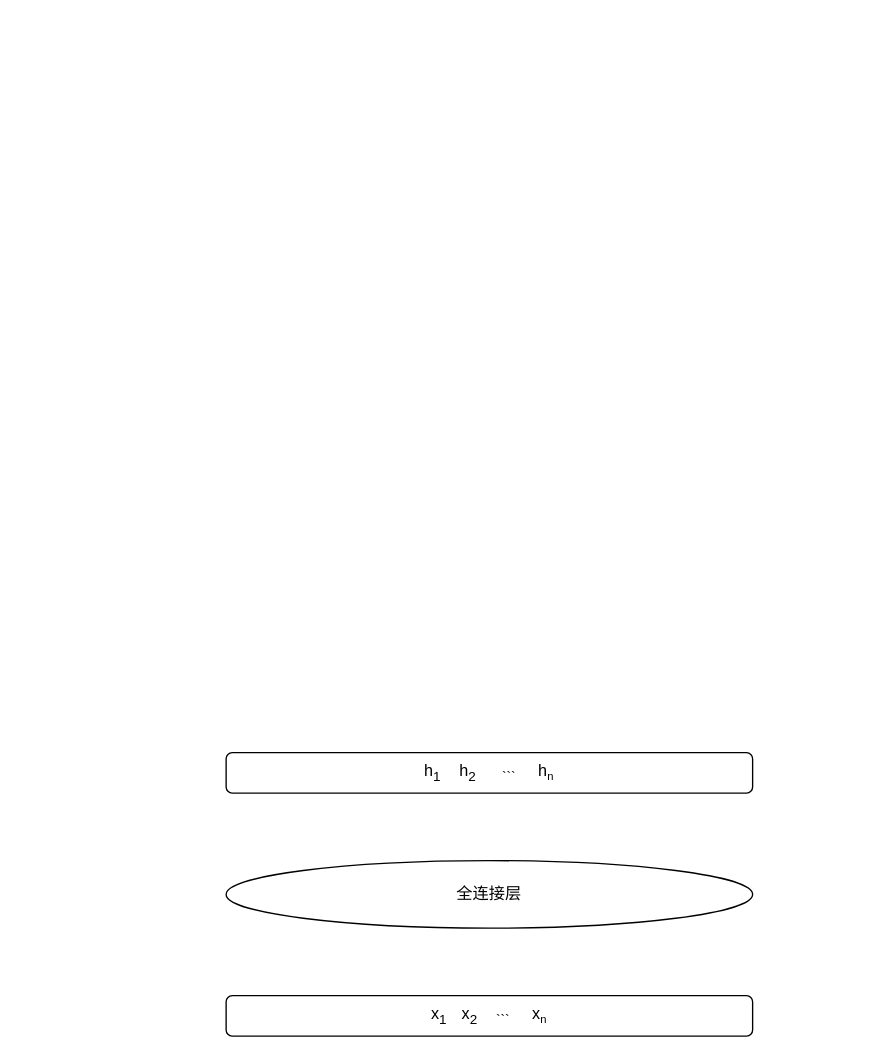
LiZhYun/LZhYun keeps this draw.io diagram as wutong.drawio. Above is the earlier version. Source tidied: cells renumbered, new cells numbered last; positions are measured from the earlier drawing's top-left corner, leaving out a move shared by most shapes. Both pictures are drawn from the tidied source at 135%, with x=0, y=0 at pixel (225, 752). Pictures stored in the file or linked from it are replaced by grey dashed boxes.
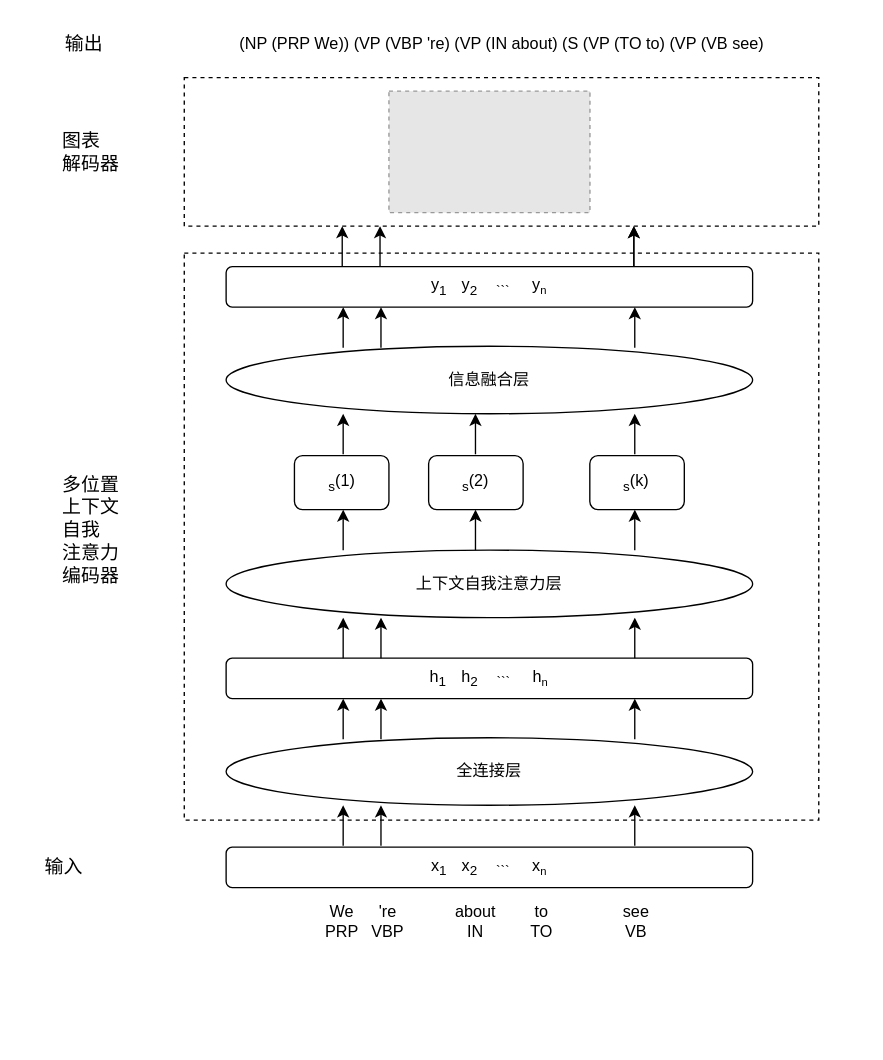
After the change.

What changed in the source:
````diff
@@
+    <mxCell id="5" style="rounded=0;whiteSpace=wrap;html=1;fillColor=none;dashed=1;" parent="1" vertex="1">
+      <mxGeometry x="-31" y="-370" width="470" height="420" as="geometry" />
+    </mxCell>
     <mxCell id="2" value="x&lt;sub&gt;1&amp;nbsp; &amp;nbsp;&lt;span style=&quot;white-space: pre&quot;&gt; &lt;/span&gt;&lt;/sub&gt;x&lt;sub&gt;2&amp;nbsp;&amp;nbsp;&lt;span style=&quot;white-space: pre&quot;&gt; &lt;/span&gt;&lt;span style=&quot;white-space: pre&quot;&gt; &lt;span style=&quot;white-space: pre&quot;&gt; &lt;/span&gt;&lt;/span&gt;```&lt;span&gt; &lt;span style=&quot;white-space: pre&quot;&gt; &lt;/span&gt;&lt;span style=&quot;white-space: pre&quot;&gt; &lt;/span&gt;&lt;span style=&quot;white-space: pre&quot;&gt; &lt;/span&gt;&lt;span style=&quot;white-space: pre&quot;&gt; &lt;/span&gt;&lt;/span&gt;&lt;span&gt; &lt;/span&gt;&lt;span&gt; &lt;/span&gt;&lt;span&gt; &lt;/span&gt;&lt;/sub&gt;x&lt;span style=&quot;font-size: 10px&quot;&gt;&lt;sub&gt;n&lt;/sub&gt;&lt;/span&gt;" style="rounded=1;whiteSpace=wrap;html=1;fontSize=12;glass=0;strokeWidth=1;shadow=0;" parent="1" vertex="1">
-      <mxGeometry y="180" width="390" height="30" as="geometry" />
+      <mxGeometry y="70" width="390" height="30" as="geometry" />
     </mxCell>
     <mxCell id="3" value="全连接层" style="ellipse;whiteSpace=wrap;html=1;" parent="1" vertex="1">
-      <mxGeometry y="80" width="390" height="50" as="geometry" />
+      <mxGeometry y="-11" width="390" height="50" as="geometry" />
     </mxCell>
-    <mxCell id="4" value="h&lt;sub&gt;1&amp;nbsp; &amp;nbsp;&amp;nbsp;&lt;span style=&quot;white-space: pre&quot;&gt; &lt;/span&gt;&lt;/sub&gt;h&lt;sub&gt;2&amp;nbsp;&amp;nbsp;&lt;span style=&quot;white-space: pre&quot;&gt; &lt;/span&gt;&lt;span style=&quot;white-space: pre&quot;&gt; &lt;/span&gt;&lt;span style=&quot;white-space: pre&quot;&gt; &lt;/span&gt;&lt;span&gt;&amp;nbsp;&lt;/span&gt;&lt;span&gt; &lt;/span&gt;&lt;span&gt; &lt;/span&gt;```&lt;span&gt; &lt;span style=&quot;white-space: pre&quot;&gt; &lt;/span&gt;&lt;span style=&quot;white-space: pre&quot;&gt; &lt;/span&gt;&lt;span style=&quot;white-space: pre&quot;&gt; &lt;/span&gt;&lt;span style=&quot;white-space: pre&quot;&gt; &lt;/span&gt;&lt;/span&gt;&lt;span&gt; &lt;/span&gt;&lt;span&gt; &lt;/span&gt;&lt;span&gt; &lt;/span&gt;&lt;/sub&gt;h&lt;span style=&quot;font-size: 10px&quot;&gt;&lt;sub&gt;n&lt;/sub&gt;&lt;/span&gt;" style="rounded=1;whiteSpace=wrap;html=1;fontSize=12;glass=0;strokeWidth=1;shadow=0;" parent="1" vertex="1">
-      <mxGeometry width="390" height="30" as="geometry" />
+    <mxCell id="4" value="h&lt;sub&gt;1&amp;nbsp; &amp;nbsp;&lt;span style=&quot;white-space: pre&quot;&gt; &lt;/span&gt;&lt;/sub&gt;h&lt;sub&gt;2&amp;nbsp;&amp;nbsp;&lt;span style=&quot;white-space: pre&quot;&gt; &lt;/span&gt;&lt;span style=&quot;white-space: pre&quot;&gt; &lt;span style=&quot;white-space: pre&quot;&gt; &lt;/span&gt;&lt;/span&gt;```&lt;span&gt; &lt;span style=&quot;white-space: pre&quot;&gt; &lt;/span&gt;&lt;span style=&quot;white-space: pre&quot;&gt; &lt;/span&gt;&lt;span style=&quot;white-space: pre&quot;&gt; &lt;/span&gt;&lt;span style=&quot;white-space: pre&quot;&gt; &lt;/span&gt;&lt;/span&gt;&lt;span&gt; &lt;/span&gt;&lt;span&gt; &lt;/span&gt;&lt;span&gt; &lt;/span&gt;&lt;/sub&gt;h&lt;span style=&quot;font-size: 10px&quot;&gt;&lt;sub&gt;n&lt;/sub&gt;&lt;/span&gt;" style="rounded=1;whiteSpace=wrap;html=1;fontSize=12;glass=0;strokeWidth=1;shadow=0;" parent="1" vertex="1">
+      <mxGeometry y="-70" width="390" height="30" as="geometry" />
     </mxCell>
+    <mxCell id="6" value="上下文自我注意力层" style="ellipse;whiteSpace=wrap;html=1;" parent="1" vertex="1">
+      <mxGeometry y="-150" width="390" height="50" as="geometry" />
+    </mxCell>
+    <mxCell id="7" value="&lt;sub&gt;s&lt;/sub&gt;(1)" style="rounded=1;whiteSpace=wrap;html=1;" parent="1" vertex="1">
+      <mxGeometry x="50.6" y="-220" width="70" height="40" as="geometry" />
+    </mxCell>
+    <mxCell id="8" value="&lt;sub&gt;s&lt;/sub&gt;(2)" style="rounded=1;whiteSpace=wrap;html=1;" parent="1" vertex="1">
+      <mxGeometry x="150" y="-220" width="70" height="40" as="geometry" />
+    </mxCell>
+    <mxCell id="9" value="&lt;sub&gt;s&lt;/sub&gt;(k)" style="rounded=1;whiteSpace=wrap;html=1;" parent="1" vertex="1">
+      <mxGeometry x="269.4" y="-220" width="70" height="40" as="geometry" />
+    </mxCell>
+    <mxCell id="10" value="信息融合层" style="ellipse;whiteSpace=wrap;html=1;" parent="1" vertex="1">
+      <mxGeometry y="-301" width="390" height="50" as="geometry" />
+    </mxCell>
+    <mxCell id="11" value="y&lt;sub&gt;1&amp;nbsp; &amp;nbsp;&lt;span style=&quot;white-space: pre&quot;&gt; &lt;/span&gt;&lt;/sub&gt;y&lt;sub&gt;2&amp;nbsp;&amp;nbsp;&lt;span style=&quot;white-space: pre&quot;&gt; &lt;/span&gt;&lt;span style=&quot;white-space: pre&quot;&gt; &lt;span style=&quot;white-space: pre&quot;&gt; &lt;/span&gt;&lt;/span&gt;```&lt;span&gt; &lt;span style=&quot;white-space: pre&quot;&gt; &lt;/span&gt;&lt;span style=&quot;white-space: pre&quot;&gt; &lt;/span&gt;&lt;span style=&quot;white-space: pre&quot;&gt; &lt;/span&gt;&lt;span style=&quot;white-space: pre&quot;&gt; &lt;/span&gt;&lt;/span&gt;&lt;span&gt; &lt;/span&gt;&lt;span&gt; &lt;/span&gt;&lt;span&gt; &lt;/span&gt;&lt;/sub&gt;y&lt;span style=&quot;font-size: 10px&quot;&gt;&lt;sub&gt;n&lt;/sub&gt;&lt;/span&gt;" style="rounded=1;whiteSpace=wrap;html=1;fontSize=12;glass=0;strokeWidth=1;shadow=0;" parent="1" vertex="1">
+      <mxGeometry y="-360" width="390" height="30" as="geometry" />
+    </mxCell>
+    <mxCell id="12" style="fillColor=#E6E6E6;strokeColor=#999999;dashed=1;verticalLabelPosition=bottom;labelBackgroundColor=default;verticalAlign=top;" parent="1" vertex="1">
+      <mxGeometry x="120.6" y="-490" width="148.9" height="90" as="geometry" />
+    </mxCell>
+    <mxCell id="13" style="endArrow=classic;html=1;rounded=0;" parent="1" edge="1">
+      <mxGeometry relative="1" as="geometry">
+        <mxPoint x="86" y="-360" as="sourcePoint" />
+        <mxPoint x="86" y="-390" as="targetPoint" />
+      </mxGeometry>
+    </mxCell>
+    <mxCell id="14" style="endArrow=classic;html=1;rounded=0;" parent="1" edge="1">
+      <mxGeometry relative="1" as="geometry">
+        <mxPoint x="114" y="-360" as="sourcePoint" />
+        <mxPoint x="114" y="-390" as="targetPoint" />
+      </mxGeometry>
+    </mxCell>
+    <mxCell id="15" style="endArrow=classic;html=1;rounded=0;" parent="1" edge="1">
+      <mxGeometry relative="1" as="geometry">
+        <mxPoint x="302" y="-360" as="sourcePoint" />
+        <mxPoint x="302" y="-390" as="targetPoint" />
+      </mxGeometry>
+    </mxCell>
+    <mxCell id="16" style="endArrow=classic;html=1;rounded=0;" parent="1" edge="1">
+      <mxGeometry relative="1" as="geometry">
+        <mxPoint x="302" y="-360" as="sourcePoint" />
+        <mxPoint x="302" y="-390" as="targetPoint" />
+      </mxGeometry>
+    </mxCell>
+    <mxCell id="17" style="endArrow=classic;html=1;rounded=0;" parent="1" edge="1">
+      <mxGeometry relative="1" as="geometry">
+        <mxPoint x="86.7" y="-300" as="sourcePoint" />
+        <mxPoint x="86.7" y="-330" as="targetPoint" />
+      </mxGeometry>
+    </mxCell>
+    <mxCell id="18" style="endArrow=classic;html=1;rounded=0;" parent="1" edge="1">
+      <mxGeometry relative="1" as="geometry">
+        <mxPoint x="114.7" y="-300" as="sourcePoint" />
+        <mxPoint x="114.7" y="-330" as="targetPoint" />
+      </mxGeometry>
+    </mxCell>
+    <mxCell id="19" style="endArrow=classic;html=1;rounded=0;" parent="1" edge="1">
+      <mxGeometry relative="1" as="geometry">
+        <mxPoint x="302.7" y="-300" as="sourcePoint" />
+        <mxPoint x="302.7" y="-330" as="targetPoint" />
+      </mxGeometry>
+    </mxCell>
+    <mxCell id="20" style="endArrow=classic;html=1;rounded=0;" parent="1" edge="1">
+      <mxGeometry relative="1" as="geometry">
+        <mxPoint x="86.7" y="-221" as="sourcePoint" />
+        <mxPoint x="86.7" y="-251" as="targetPoint" />
+      </mxGeometry>
+    </mxCell>
+    <mxCell id="21" style="endArrow=classic;html=1;rounded=0;" parent="1" edge="1">
+      <mxGeometry relative="1" as="geometry">
+        <mxPoint x="184.7" y="-221" as="sourcePoint" />
+        <mxPoint x="184.7" y="-251" as="targetPoint" />
+      </mxGeometry>
+    </mxCell>
+    <mxCell id="22" style="endArrow=classic;html=1;rounded=0;" parent="1" edge="1">
+      <mxGeometry relative="1" as="geometry">
+        <mxPoint x="302.7" y="-221" as="sourcePoint" />
+        <mxPoint x="302.7" y="-251" as="targetPoint" />
+      </mxGeometry>
+    </mxCell>
+    <mxCell id="23" style="endArrow=classic;html=1;rounded=0;" parent="1" edge="1">
+      <mxGeometry relative="1" as="geometry">
+        <mxPoint x="86.7" y="-150" as="sourcePoint" />
+        <mxPoint x="86.7" y="-180" as="targetPoint" />
+      </mxGeometry>
+    </mxCell>
+    <mxCell id="24" style="endArrow=classic;html=1;rounded=0;" parent="1" edge="1">
+      <mxGeometry relative="1" as="geometry">
+        <mxPoint x="184.7" y="-150" as="sourcePoint" />
+        <mxPoint x="184.7" y="-180" as="targetPoint" />
+      </mxGeometry>
+    </mxCell>
+    <mxCell id="25" style="endArrow=classic;html=1;rounded=0;" parent="1" edge="1">
+      <mxGeometry relative="1" as="geometry">
+        <mxPoint x="302.7" y="-150" as="sourcePoint" />
+        <mxPoint x="302.7" y="-180" as="targetPoint" />
+      </mxGeometry>
+    </mxCell>
+    <mxCell id="26" style="endArrow=classic;html=1;rounded=0;" parent="1" edge="1">
+      <mxGeometry relative="1" as="geometry">
+        <mxPoint x="86.7" y="-70" as="sourcePoint" />
+        <mxPoint x="86.7" y="-100" as="targetPoint" />
+      </mxGeometry>
+    </mxCell>
+    <mxCell id="27" style="endArrow=classic;html=1;rounded=0;" parent="1" edge="1">
+      <mxGeometry relative="1" as="geometry">
+        <mxPoint x="114.7" y="-70" as="sourcePoint" />
+        <mxPoint x="114.7" y="-100" as="targetPoint" />
+      </mxGeometry>
+    </mxCell>
+    <mxCell id="28" style="endArrow=classic;html=1;rounded=0;" parent="1" edge="1">
+      <mxGeometry relative="1" as="geometry">
+        <mxPoint x="302.7" y="-70" as="sourcePoint" />
+        <mxPoint x="302.7" y="-100" as="targetPoint" />
+      </mxGeometry>
+    </mxCell>
+    <mxCell id="29" style="endArrow=classic;html=1;rounded=0;" parent="1" edge="1">
+      <mxGeometry relative="1" as="geometry">
+        <mxPoint x="86.7" y="-10" as="sourcePoint" />
+        <mxPoint x="86.7" y="-40" as="targetPoint" />
+      </mxGeometry>
+    </mxCell>
+    <mxCell id="30" style="endArrow=classic;html=1;rounded=0;" parent="1" edge="1">
+      <mxGeometry relative="1" as="geometry">
+        <mxPoint x="114.7" y="-10" as="sourcePoint" />
+        <mxPoint x="114.7" y="-40" as="targetPoint" />
+      </mxGeometry>
+    </mxCell>
+    <mxCell id="31" style="endArrow=classic;html=1;rounded=0;" parent="1" edge="1">
+      <mxGeometry relative="1" as="geometry">
+        <mxPoint x="302.7" y="-10" as="sourcePoint" />
+        <mxPoint x="302.7" y="-40" as="targetPoint" />
+      </mxGeometry>
+    </mxCell>
+    <mxCell id="32" style="endArrow=classic;html=1;rounded=0;" parent="1" edge="1">
+      <mxGeometry relative="1" as="geometry">
+        <mxPoint x="86.7" y="69" as="sourcePoint" />
+        <mxPoint x="86.7" y="39" as="targetPoint" />
+      </mxGeometry>
+    </mxCell>
+    <mxCell id="33" style="endArrow=classic;html=1;rounded=0;" parent="1" edge="1">
+      <mxGeometry relative="1" as="geometry">
+        <mxPoint x="114.7" y="69" as="sourcePoint" />
+        <mxPoint x="114.7" y="39" as="targetPoint" />
+      </mxGeometry>
+    </mxCell>
+    <mxCell id="34" style="endArrow=classic;html=1;rounded=0;" parent="1" edge="1">
+      <mxGeometry relative="1" as="geometry">
+        <mxPoint x="302.7" y="69" as="sourcePoint" />
+        <mxPoint x="302.7" y="39" as="targetPoint" />
+      </mxGeometry>
+    </mxCell>
+    <mxCell id="35" style="rounded=0;whiteSpace=wrap;html=1;fillColor=none;dashed=1;" parent="1" vertex="1">
+      <mxGeometry x="-31" y="-500" width="470" height="110" as="geometry" />
+    </mxCell>
+    <mxCell id="36" value="&lt;div style=&quot;text-align: left&quot;&gt;&lt;span&gt;&lt;font style=&quot;font-size: 14px&quot;&gt;图表&lt;/font&gt;&lt;/span&gt;&lt;/div&gt;&lt;font style=&quot;font-size: 14px&quot;&gt;解码器&lt;/font&gt;" style="text;html=1;strokeColor=none;fillColor=none;align=center;verticalAlign=middle;whiteSpace=wrap;rounded=0;dashed=1;" parent="1" vertex="1">
+      <mxGeometry x="-130" y="-460" width="60" height="30" as="geometry" />
+    </mxCell>
+    <mxCell id="37" value="&lt;div style=&quot;text-align: left&quot;&gt;&lt;span style=&quot;font-size: 14px&quot;&gt;多位置&lt;/span&gt;&lt;/div&gt;&lt;div style=&quot;text-align: left&quot;&gt;&lt;span style=&quot;font-size: 14px&quot;&gt;上下文&lt;/span&gt;&lt;/div&gt;&lt;div style=&quot;text-align: left&quot;&gt;&lt;span style=&quot;font-size: 14px&quot;&gt;自我&lt;/span&gt;&lt;/div&gt;&lt;div style=&quot;text-align: left&quot;&gt;&lt;span style=&quot;font-size: 14px&quot;&gt;注意力&lt;/span&gt;&lt;/div&gt;&lt;div style=&quot;text-align: left&quot;&gt;&lt;span style=&quot;font-size: 14px&quot;&gt;编码器&lt;/span&gt;&lt;/div&gt;" style="text;html=1;strokeColor=none;fillColor=none;align=center;verticalAlign=middle;whiteSpace=wrap;rounded=0;dashed=1;" parent="1" vertex="1">
+      <mxGeometry x="-130" y="-180" width="60" height="30" as="geometry" />
+    </mxCell>
+    <mxCell id="38" value="&lt;div style=&quot;text-align: left&quot;&gt;&lt;span style=&quot;font-size: 14px&quot;&gt;输入&lt;/span&gt;&lt;/div&gt;" style="text;html=1;strokeColor=none;fillColor=none;align=center;verticalAlign=middle;whiteSpace=wrap;rounded=0;dashed=1;" parent="1" vertex="1">
+      <mxGeometry x="-150" y="70" width="60" height="30" as="geometry" />
+    </mxCell>
+    <mxCell id="39" value="&lt;div style=&quot;&quot;&gt;&lt;font style=&quot;font-size: 12px&quot;&gt;We&lt;/font&gt;&lt;/div&gt;&lt;div style=&quot;&quot;&gt;&lt;font style=&quot;font-size: 12px&quot;&gt;PRP&lt;/font&gt;&lt;/div&gt;" style="text;html=1;strokeColor=none;fillColor=none;align=center;verticalAlign=middle;whiteSpace=wrap;rounded=0;dashed=1;" parent="1" vertex="1">
+      <mxGeometry x="55.6" y="110" width="60" height="30" as="geometry" />
+    </mxCell>
+    <mxCell id="40" value="&lt;div style=&quot;&quot;&gt;'re&lt;/div&gt;&lt;div style=&quot;&quot;&gt;VBP&lt;/div&gt;" style="text;html=1;strokeColor=none;fillColor=none;align=center;verticalAlign=middle;whiteSpace=wrap;rounded=0;dashed=1;" parent="1" vertex="1">
+      <mxGeometry x="90" y="110" width="60" height="30" as="geometry" />
+    </mxCell>
+    <mxCell id="41" value="&lt;div style=&quot;&quot;&gt;about&lt;/div&gt;&lt;div style=&quot;&quot;&gt;IN&lt;/div&gt;" style="text;html=1;strokeColor=none;fillColor=none;align=center;verticalAlign=middle;whiteSpace=wrap;rounded=0;dashed=1;" parent="1" vertex="1">
+      <mxGeometry x="155" y="110" width="60" height="30" as="geometry" />
+    </mxCell>
+    <mxCell id="42" value="&lt;div style=&quot;&quot;&gt;to&lt;/div&gt;&lt;div style=&quot;&quot;&gt;TO&lt;/div&gt;" style="text;html=1;strokeColor=none;fillColor=none;align=center;verticalAlign=middle;whiteSpace=wrap;rounded=0;dashed=1;" parent="1" vertex="1">
+      <mxGeometry x="204" y="110" width="60" height="30" as="geometry" />
+    </mxCell>
+    <mxCell id="43" value="&lt;div style=&quot;&quot;&gt;see&lt;/div&gt;&lt;div style=&quot;&quot;&gt;VB&lt;/div&gt;" style="text;html=1;strokeColor=none;fillColor=none;align=center;verticalAlign=middle;whiteSpace=wrap;rounded=0;dashed=1;" parent="1" vertex="1">
+      <mxGeometry x="274.4" y="110" width="60" height="30" as="geometry" />
+    </mxCell>
+    <mxCell id="44" value="&lt;div&gt;&lt;span style=&quot;font-size: 14px&quot;&gt;输出&lt;/span&gt;&lt;/div&gt;" style="text;html=1;strokeColor=none;fillColor=none;align=left;verticalAlign=middle;whiteSpace=wrap;rounded=0;dashed=1;" parent="1" vertex="1">
+      <mxGeometry x="-121.5" y="-540" width="60" height="30" as="geometry" />
+    </mxCell>
+    <mxCell id="45" value="(NP (PRP We)) (VP (VBP 're) (VP (IN about) (S (VP (TO to) (VP (VB see)" style="text;html=1;strokeColor=none;fillColor=none;align=center;verticalAlign=middle;whiteSpace=wrap;rounded=0;dashed=1;fontSize=12;" parent="1" vertex="1">
+      <mxGeometry x="-61.5" y="-530" width="531" height="10" as="geometry" />
+    </mxCell>
````
